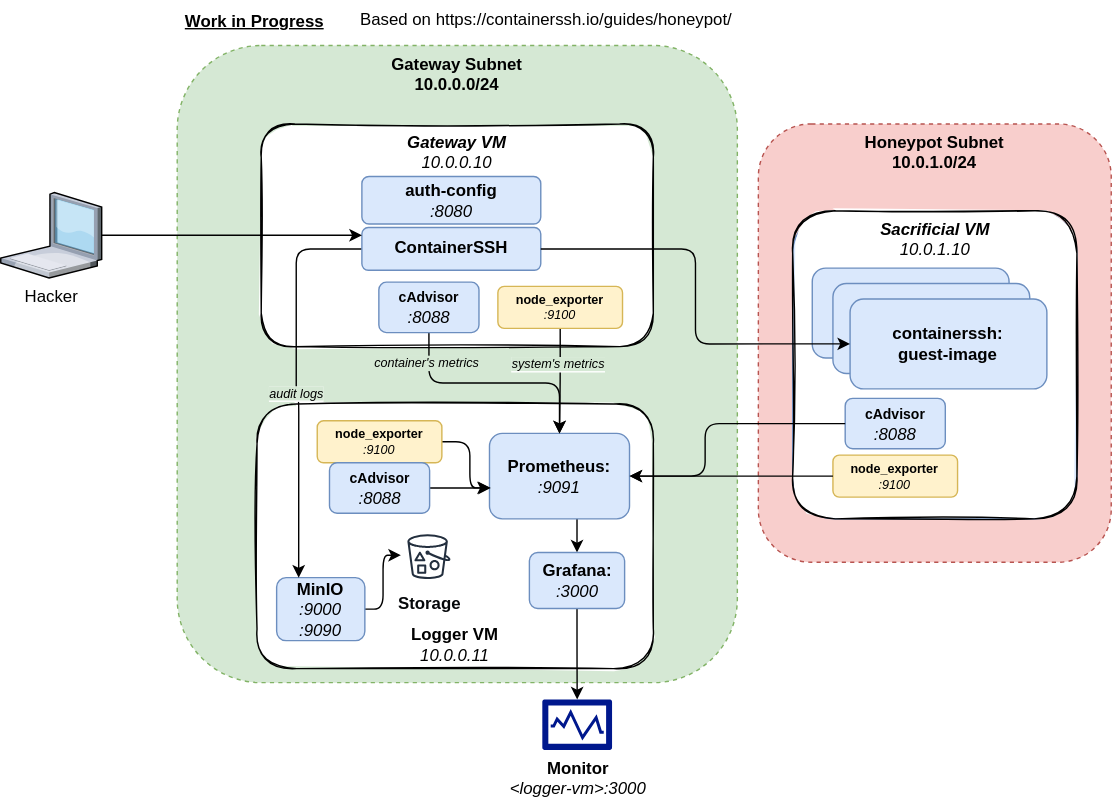
Earlier version of the draw.io export diagrams/infra.drawio.svg (paseaf/ContainerSSH-honeypot). Source tidied: cells renumbered, new cells last; positions are measured from the earlier drawing's top-left corner, leaving out a move shared by most shapes.
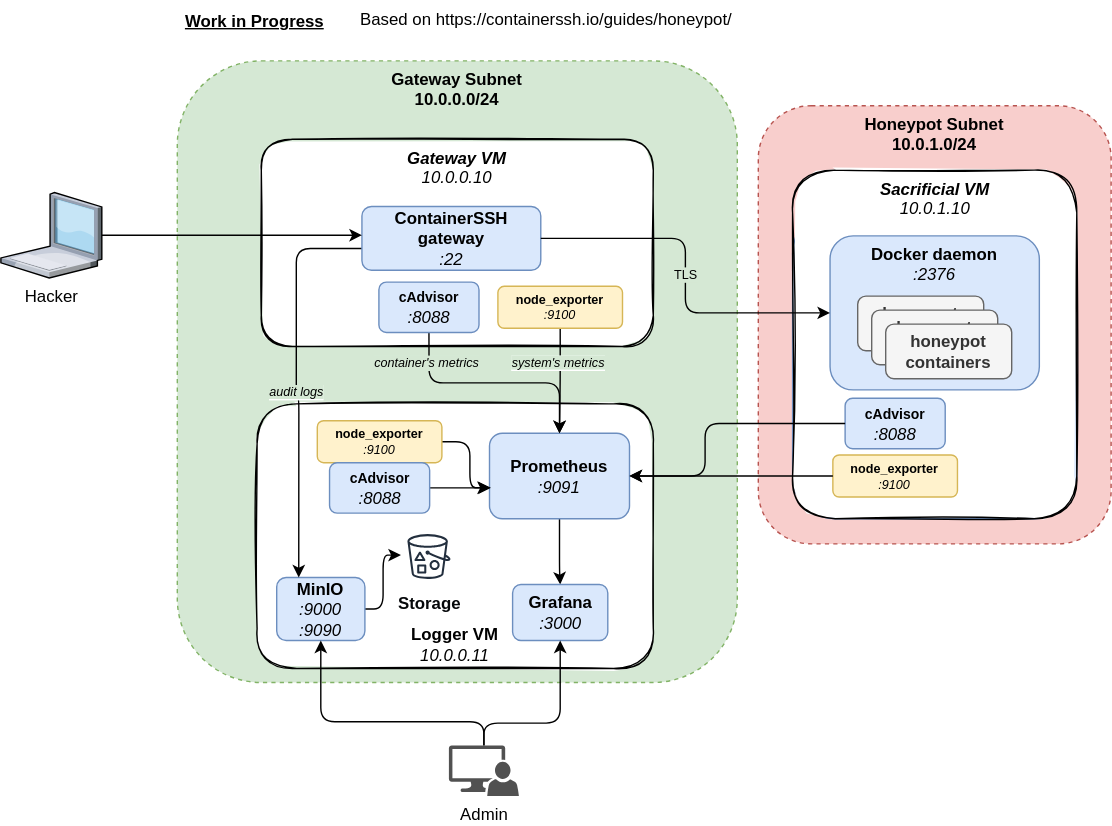
After the change.

Commit message:
doc: update ports and infra diagram

The edit, as a diff of the source:
```diff
@@ -3,13 +3,13 @@
     <mxCell id="0" />
     <mxCell id="1" parent="0" />
     <mxCell id="2" value="Gateway Subnet&lt;br&gt;10.0.0.0/24" style="rounded=1;whiteSpace=wrap;html=1;dashed=1;verticalAlign=top;fontStyle=1;align=center;fillColor=#d5e8d4;strokeColor=#82b366;" parent="1" vertex="1">
-      <mxGeometry x="126" y="32" width="400" height="455" as="geometry" />
+      <mxGeometry x="126" y="43" width="400" height="444" as="geometry" />
     </mxCell>
     <mxCell id="3" value="&lt;div&gt;&lt;i&gt;Gateway VM&lt;/i&gt;&lt;i&gt;&lt;span style=&quot;font-weight: normal;&quot;&gt;&lt;br&gt;&lt;/span&gt;&lt;/i&gt;&lt;/div&gt;&lt;div&gt;&lt;i&gt;&lt;span style=&quot;font-weight: normal;&quot;&gt;10.0.0.10&lt;/span&gt;&lt;/i&gt;&lt;/div&gt;" style="rounded=1;whiteSpace=wrap;html=1;verticalAlign=top;fontStyle=1;glass=0;shadow=0;sketch=1;" parent="1" vertex="1">
-      <mxGeometry x="186" y="88" width="280" height="159" as="geometry" />
+      <mxGeometry x="186" y="99" width="280" height="148" as="geometry" />
     </mxCell>
     <mxCell id="4" value="&lt;b&gt;Honeypot Subnet&lt;br&gt;10.0.1.0/24&lt;/b&gt;" style="rounded=1;whiteSpace=wrap;html=1;dashed=1;verticalAlign=top;fontStyle=1;align=center;fillColor=#f8cecc;strokeColor=#b85450;" parent="1" vertex="1">
-      <mxGeometry x="541" y="88" width="252" height="313" as="geometry" />
+      <mxGeometry x="541" y="75" width="252" height="313" as="geometry" />
     </mxCell>
     <mxCell id="5" value="Based on https://containerssh.io/guides/honeypot/" style="text;whiteSpace=wrap;html=1;" parent="1" vertex="1">
       <mxGeometry x="255" width="364" height="30" as="geometry" />
@@ -17,14 +17,15 @@
     <mxCell id="6" value="&lt;div align=&quot;center&quot;&gt;Logger VM&lt;br&gt;&lt;i&gt;&lt;span style=&quot;font-weight: normal;&quot;&gt;10.0.0.11&lt;/span&gt;&lt;/i&gt;&lt;/div&gt;" style="rounded=1;whiteSpace=wrap;html=1;verticalAlign=bottom;fontStyle=1;glass=0;sketch=1;align=center;" parent="1" vertex="1">
       <mxGeometry x="183" y="288" width="283" height="189" as="geometry" />
     </mxCell>
-    <mxCell id="7" style="edgeStyle=orthogonalEdgeStyle;rounded=1;sketch=0;jettySize=auto;html=1;entryX=0.5;entryY=0;entryDx=0;entryDy=0;labelBackgroundColor=#D5E8D4;fontSize=9;" parent="1" edge="1" source="8" target="33">
+    <mxCell id="7" style="edgeStyle=orthogonalEdgeStyle;rounded=1;sketch=0;jettySize=auto;html=1;entryX=0.5;entryY=0;entryDx=0;entryDy=0;labelBackgroundColor=#D5E8D4;fontSize=9;exitX=0.5;exitY=1;exitDx=0;exitDy=0;" parent="1" edge="1" source="8" target="33">
       <mxGeometry relative="1" as="geometry">
         <Array as="points">
-          <mxPoint x="412" y="390" />
+          <mxPoint x="399" y="406" />
+          <mxPoint x="399" y="406" />
         </Array>
       </mxGeometry>
     </mxCell>
-    <mxCell id="8" value="&lt;div&gt;Prometheus:&lt;/div&gt;&lt;div align=&quot;center&quot;&gt;&lt;i&gt;&lt;span style=&quot;font-weight: normal;&quot;&gt;:9091&lt;/span&gt;&lt;/i&gt;&lt;/div&gt;" style="whiteSpace=wrap;html=1;fontStyle=1;fillColor=#dae8fc;strokeColor=#6c8ebf;rounded=1;" parent="1" vertex="1">
+    <mxCell id="8" value="&lt;div&gt;Prometheus&lt;/div&gt;&lt;div align=&quot;center&quot;&gt;&lt;i&gt;&lt;span style=&quot;font-weight: normal&quot;&gt;:9091&lt;/span&gt;&lt;/i&gt;&lt;/div&gt;" style="whiteSpace=wrap;html=1;fontStyle=1;fillColor=#dae8fc;strokeColor=#6c8ebf;rounded=1;" parent="1" vertex="1">
       <mxGeometry x="349" y="309" width="100" height="61" as="geometry" />
     </mxCell>
     <mxCell id="9" style="edgeStyle=orthogonalEdgeStyle;rounded=1;sketch=0;jettySize=auto;html=1;exitX=1;exitY=0.5;exitDx=0;exitDy=0;labelBackgroundColor=#D5E8D4;fontSize=9;" parent="1" edge="1" source="10" target="20">
@@ -60,8 +61,8 @@
         <mxPoint x="-1" y="-3" as="offset" />
       </mxGeometry>
     </mxCell>
-    <mxCell id="16" value="&lt;div&gt;ContainerSSH&lt;br&gt;&lt;/div&gt;" style="whiteSpace=wrap;html=1;fontStyle=1;fillColor=#dae8fc;strokeColor=#6c8ebf;align=center;rounded=1;" parent="1" vertex="1">
-      <mxGeometry x="257.9" y="162" width="127.8" height="30.5" as="geometry" />
+    <mxCell id="16" value="ContainerSSH gateway&lt;br&gt;&lt;span style=&quot;font-weight: normal&quot;&gt;&lt;i&gt;:22&lt;/i&gt;&lt;/span&gt;" style="whiteSpace=wrap;html=1;fontStyle=1;fillColor=#dae8fc;strokeColor=#6c8ebf;align=center;rounded=1;" parent="1" vertex="1">
+      <mxGeometry x="257.9" y="147" width="127.8" height="45.5" as="geometry" />
     </mxCell>
     <mxCell id="17" style="edgeStyle=orthogonalEdgeStyle;rounded=1;sketch=0;jettySize=auto;html=1;labelBackgroundColor=#D5E8D4;fontSize=9;" parent="1" edge="1" source="18" target="16">
       <mxGeometry relative="1" as="geometry">
@@ -74,9 +75,6 @@
     <mxCell id="18" value="Hacker" style="verticalLabelPosition=bottom;sketch=0;html=1;verticalAlign=top;strokeColor=none;align=center;outlineConnect=0;shape=mxgraph.citrix.laptop_1;" parent="1" vertex="1">
       <mxGeometry y="137" width="72.1" height="61" as="geometry" />
     </mxCell>
-    <mxCell id="19" value="&lt;div&gt;&lt;b&gt;Monitor&lt;br&gt;&lt;/b&gt;&lt;/div&gt;&lt;div&gt;&lt;i&gt;&amp;lt;logger-vm&amp;gt;:3000&lt;/i&gt;&lt;br&gt;&lt;/div&gt;" style="sketch=0;shadow=0;dashed=0;html=1;strokeColor=none;labelPosition=center;verticalLabelPosition=bottom;verticalAlign=top;align=center;fillColor=#00188D;shape=mxgraph.mscae.enterprise.performance_monitor;" parent="1" vertex="1">
-      <mxGeometry x="386.6" y="499" width="50" height="36" as="geometry" />
-    </mxCell>
     <mxCell id="20" value="&lt;div&gt;&lt;b&gt;&lt;font color=&quot;#06080A&quot;&gt;Storage&lt;/font&gt;&lt;/b&gt;&lt;/div&gt;" style="sketch=0;outlineConnect=0;fontColor=#232F3E;gradientColor=none;strokeColor=#232F3E;fillColor=#ffffff;dashed=0;verticalLabelPosition=bottom;verticalAlign=top;align=center;html=1;fontSize=12;fontStyle=0;shape=mxgraph.aws4.resourceIcon;resIcon=mxgraph.aws4.bucket_with_objects;" parent="1" vertex="1">
       <mxGeometry x="285.8" y="377" width="40" height="40" as="geometry" />
     </mxCell>
@@ -84,16 +82,10 @@
       <mxGeometry x="565.5" y="150" width="203" height="220" as="geometry" />
     </mxCell>
     <mxCell id="22" value="&lt;b&gt;&lt;i&gt;Sacrificial VM&lt;/i&gt;&lt;/b&gt;&lt;br&gt;&lt;i&gt;10.0.1.10&lt;/i&gt;" style="rounded=1;whiteSpace=wrap;html=1;verticalAlign=top;sketch=1;" parent="21" vertex="1">
-      <mxGeometry width="203" height="220" as="geometry" />
+      <mxGeometry y="-29" width="203" height="249" as="geometry" />
     </mxCell>
-    <mxCell id="23" value="honeypot" style="whiteSpace=wrap;html=1;fontStyle=1;rounded=1;fillColor=#dae8fc;strokeColor=#6c8ebf;" parent="21" vertex="1">
-      <mxGeometry x="14" y="41" width="140.5" height="64.2" as="geometry" />
-    </mxCell>
-    <mxCell id="24" value="honeypot" style="whiteSpace=wrap;html=1;fontStyle=1;rounded=1;fillColor=#dae8fc;strokeColor=#6c8ebf;" parent="21" vertex="1">
-      <mxGeometry x="28.8" y="52" width="140.5" height="64.2" as="geometry" />
-    </mxCell>
-    <mxCell id="25" value="&lt;div&gt;containerssh:&lt;/div&gt;&lt;div&gt;guest-image&lt;/div&gt;" style="whiteSpace=wrap;html=1;fontStyle=1;rounded=1;fillColor=#dae8fc;strokeColor=#6c8ebf;" parent="21" vertex="1">
-      <mxGeometry x="41" y="63" width="140.5" height="64.2" as="geometry" />
+    <mxCell id="25" value="&lt;div&gt;Docker daemon&lt;/div&gt;&lt;div&gt;&lt;span style=&quot;font-weight: normal&quot;&gt;&lt;i&gt;:2376&lt;/i&gt;&lt;/span&gt;&lt;/div&gt;" style="whiteSpace=wrap;html=1;fontStyle=1;rounded=1;fillColor=#dae8fc;strokeColor=#6c8ebf;verticalAlign=top;" parent="21" vertex="1">
+      <mxGeometry x="26.8" y="18" width="149.5" height="110" as="geometry" />
     </mxCell>
     <mxCell id="26" value="&lt;div&gt;&lt;font style=&quot;font-size: 10px&quot;&gt;cAdvisor&lt;/font&gt;&lt;span style=&quot;font-weight: normal&quot;&gt;&lt;i&gt;&lt;br&gt;&lt;/i&gt;&lt;/span&gt;&lt;/div&gt;&lt;div&gt;&lt;span style=&quot;font-weight: normal&quot;&gt;&lt;i&gt;:8088&lt;/i&gt;&lt;/span&gt;&lt;/div&gt;" style="whiteSpace=wrap;html=1;fontStyle=1;fillColor=#dae8fc;strokeColor=#6c8ebf;rounded=1;align=center;" parent="21" vertex="1">
       <mxGeometry x="37.5" y="134" width="71.5" height="36" as="geometry" />
@@ -101,6 +93,18 @@
     <mxCell id="27" value="&lt;div&gt;&lt;font style=&quot;font-size: 9px;&quot;&gt;node_exporter&lt;/font&gt;&lt;i style=&quot;font-size: 9px;&quot;&gt;&lt;span style=&quot;font-weight: normal; font-size: 9px;&quot;&gt;&lt;br&gt;&lt;/span&gt;&lt;/i&gt;&lt;/div&gt;&lt;div&gt;&lt;i style=&quot;font-size: 9px;&quot;&gt;&lt;span style=&quot;font-weight: normal; font-size: 9px;&quot;&gt;:9100&lt;/span&gt;&lt;/i&gt;&lt;/div&gt;" style="whiteSpace=wrap;html=1;fontStyle=1;fillColor=#fff2cc;strokeColor=#d6b656;fontSize=9;rounded=1;align=center;" parent="21" vertex="1">
       <mxGeometry x="28.8" y="174.5" width="89" height="30" as="geometry" />
     </mxCell>
+    <mxCell id="42" style="group;" parent="21" vertex="1">
+      <mxGeometry x="46.5" y="61" width="110" height="59" as="geometry" />
+    </mxCell>
+    <mxCell id="43" value="honeypot&lt;br&gt;containers" style="rounded=1;whiteSpace=wrap;html=1;fontStyle=1;fillColor=#f5f5f5;fontColor=#333333;strokeColor=#666666;" parent="42" vertex="1">
+      <mxGeometry width="90" height="39" as="geometry" />
+    </mxCell>
+    <mxCell id="44" value="honeypot&lt;br&gt;containers" style="rounded=1;whiteSpace=wrap;html=1;fontStyle=1;fillColor=#f5f5f5;fontColor=#333333;strokeColor=#666666;" parent="42" vertex="1">
+      <mxGeometry x="10" y="10" width="90" height="39" as="geometry" />
+    </mxCell>
+    <mxCell id="45" value="honeypot&lt;br&gt;containers" style="rounded=1;whiteSpace=wrap;html=1;fontStyle=1;fillColor=#f5f5f5;fontColor=#333333;strokeColor=#666666;" parent="42" vertex="1">
+      <mxGeometry x="20" y="20" width="90" height="39" as="geometry" />
+    </mxCell>
     <mxCell id="28" value="Work in Progress" style="text;html=1;align=center;verticalAlign=middle;strokeColor=none;fillColor=none;fontStyle=5;" parent="1" vertex="1">
       <mxGeometry x="126" y="6" width="109" height="18" as="geometry" />
     </mxCell>
@@ -115,15 +119,9 @@
     <mxCell id="31" value="&lt;div&gt;&lt;font style=&quot;font-size: 10px&quot;&gt;cAdvisor&lt;/font&gt;&lt;span style=&quot;font-weight: normal&quot;&gt;&lt;i&gt;&lt;br&gt;&lt;/i&gt;&lt;/span&gt;&lt;/div&gt;&lt;div&gt;&lt;span style=&quot;font-weight: normal&quot;&gt;&lt;i&gt;:8088&lt;/i&gt;&lt;/span&gt;&lt;/div&gt;" style="whiteSpace=wrap;html=1;fontStyle=1;fillColor=#dae8fc;strokeColor=#6c8ebf;rounded=1;align=center;" parent="1" vertex="1">
       <mxGeometry x="270" y="201" width="71.5" height="36" as="geometry" />
     </mxCell>
-    <mxCell id="32" style="edgeStyle=orthogonalEdgeStyle;rounded=1;sketch=0;jettySize=auto;html=1;exitX=0.5;exitY=1;exitDx=0;exitDy=0;entryX=0.5;entryY=0;entryDx=0;entryDy=0;entryPerimeter=0;labelBackgroundColor=#D5E8D4;fontSize=9;" parent="1" edge="1" source="33" target="19">
-      <mxGeometry relative="1" as="geometry" />
-    </mxCell>
-    <mxCell id="33" value="&lt;div&gt;Grafana:&lt;/div&gt;&lt;div&gt;&lt;i&gt;&lt;span style=&quot;font-weight: normal;&quot;&gt;:3000&lt;/span&gt;&lt;/i&gt;&lt;br&gt;&lt;/div&gt;" style="whiteSpace=wrap;html=1;fontStyle=1;fillColor=#dae8fc;strokeColor=#6c8ebf;rounded=1;" parent="1" vertex="1">
-      <mxGeometry x="377.5" y="394" width="68" height="40" as="geometry" />
+    <mxCell id="33" value="&lt;div&gt;Grafana&lt;/div&gt;&lt;div&gt;&lt;i&gt;&lt;span style=&quot;font-weight: normal&quot;&gt;:3000&lt;/span&gt;&lt;/i&gt;&lt;br&gt;&lt;/div&gt;" style="whiteSpace=wrap;html=1;fontStyle=1;fillColor=#dae8fc;strokeColor=#6c8ebf;rounded=1;" parent="1" vertex="1">
+      <mxGeometry x="365.5" y="417" width="68" height="40" as="geometry" />
     </mxCell>
-    <mxCell id="34" value="&lt;div&gt;&lt;span style=&quot;font-weight: normal;&quot;&gt;&lt;b&gt;auth-config&lt;/b&gt;&lt;i&gt;&lt;br&gt;&lt;/i&gt;&lt;/span&gt;&lt;/div&gt;&lt;div&gt;&lt;span style=&quot;font-weight: normal;&quot;&gt;&lt;i&gt;:8080&lt;/i&gt;&lt;/span&gt;&lt;/div&gt;" style="whiteSpace=wrap;html=1;fontStyle=1;fillColor=#dae8fc;strokeColor=#6c8ebf;align=center;rounded=1;" parent="1" vertex="1">
-      <mxGeometry x="257.9" y="125.5" width="127.8" height="34" as="geometry" />
-    </mxCell>
     <mxCell id="35" style="edgeStyle=orthogonalEdgeStyle;rounded=1;sketch=0;jettySize=auto;html=1;entryX=0.003;entryY=0.637;entryDx=0;entryDy=0;entryPerimeter=0;labelBackgroundColor=#D5E8D4;fontSize=9;" parent="1" edge="1" source="36" target="8">
       <mxGeometry relative="1" as="geometry" />
     </mxCell>
@@ -152,8 +150,27 @@
         </Array>
       </mxGeometry>
     </mxCell>
-    <mxCell id="41" style="edgeStyle=orthogonalEdgeStyle;rounded=1;sketch=0;jettySize=auto;html=1;entryX=0;entryY=0.5;entryDx=0;entryDy=0;labelBackgroundColor=#D5E8D4;fontSize=9;" parent="1" edge="1" source="16" target="25">
+    <mxCell id="41" value="TLS" style="edgeStyle=orthogonalEdgeStyle;rounded=1;sketch=0;jettySize=auto;html=1;entryX=0;entryY=0.5;entryDx=0;entryDy=0;labelBackgroundColor=#D5E8D4;fontSize=9;" parent="1" edge="1" source="16" target="25">
       <mxGeometry relative="1" as="geometry" />
     </mxCell>
+    <mxCell id="46" style="edgeStyle=orthogonalEdgeStyle;html=1;entryX=0.5;entryY=1;entryDx=0;entryDy=0;" parent="1" edge="1" source="48" target="10">
+      <mxGeometry relative="1" as="geometry">
+        <Array as="points">
+          <mxPoint x="345" y="515" />
+          <mxPoint x="229" y="515" />
+        </Array>
+      </mxGeometry>
+    </mxCell>
+    <mxCell id="47" style="edgeStyle=orthogonalEdgeStyle;html=1;entryX=0.5;entryY=1;entryDx=0;entryDy=0;" parent="1" edge="1" source="48" target="33">
+      <mxGeometry relative="1" as="geometry">
+        <Array as="points">
+          <mxPoint x="345" y="516" />
+          <mxPoint x="399" y="516" />
+        </Array>
+      </mxGeometry>
+    </mxCell>
+    <mxCell id="48" value="Admin" style="sketch=0;shadow=0;dashed=0;html=1;strokeColor=none;labelPosition=center;verticalLabelPosition=bottom;verticalAlign=top;align=center;fillColor=#515151;shape=mxgraph.mscae.system_center.admin_console;" parent="1" vertex="1">
+      <mxGeometry x="320" y="532" width="50" height="36" as="geometry" />
+    </mxCell>
   </root>
 </mxGraphModel>
```
